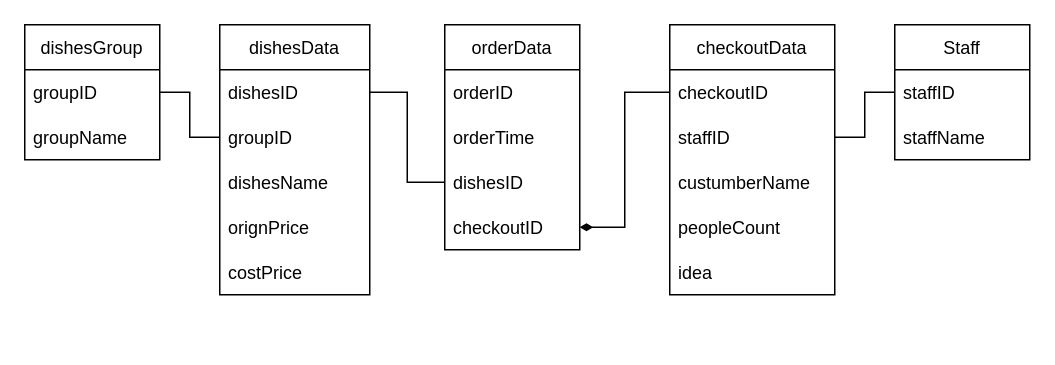
The draw.io diagram Database/dataSetDesign.drawio in CHIU-YIKAI/SanntouCafeReport, before the edit. Source tidied: cells renumbered, new cells numbered last; positions are measured from the earlier drawing's top-left corner, leaving out a move shared by most shapes. Both pictures are drawn from the tidied source at 150%, with x=0, y=0 at pixel (24, 24).
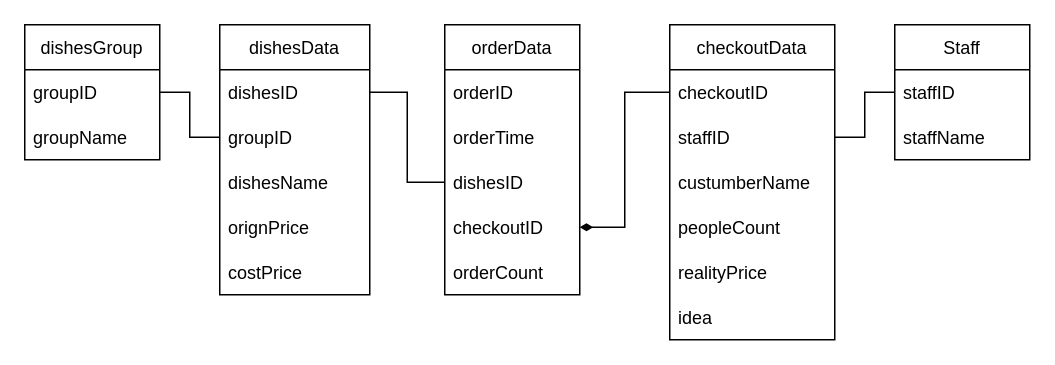
The same diagram, later.

Commit message (it also covers changes not shown here):
update database design

Diff of the diagram source:
```diff
@@
     <mxCell id="14" value="orderData" style="swimlane;fontStyle=0;horizontal=1;startSize=30;" parent="1" vertex="1">
-      <mxGeometry x="280" width="90" height="150" as="geometry" />
+      <mxGeometry x="280" width="90" height="180" as="geometry" />
     </mxCell>
@@
+    <mxCell id="29" value="orderCount" style="text;strokeColor=none;fillColor=none;align=left;verticalAlign=middle;spacingLeft=4;spacingRight=4;overflow=hidden;" parent="14" vertex="1">
+      <mxGeometry y="150" width="90" height="30" as="geometry" />
+    </mxCell>
     <mxCell id="19" value="checkoutData" style="swimlane;fontStyle=0;horizontal=1;startSize=30;" parent="1" vertex="1">
-      <mxGeometry x="430" width="110" height="180" as="geometry" />
+      <mxGeometry x="430" width="110" height="210" as="geometry" />
     </mxCell>
@@
+    <mxCell id="30" value="realityPrice" style="text;strokeColor=none;fillColor=none;align=left;verticalAlign=middle;spacingLeft=4;spacingRight=4;overflow=hidden;" parent="19" vertex="1">
+      <mxGeometry y="150" width="110" height="30" as="geometry" />
+    </mxCell>
     <mxCell id="24" value="idea" style="text;strokeColor=none;fillColor=none;align=left;verticalAlign=middle;spacingLeft=4;spacingRight=4;overflow=hidden;" parent="19" vertex="1">
-      <mxGeometry y="150" width="110" height="30" as="geometry" />
+      <mxGeometry y="180" width="110" height="30" as="geometry" />
     </mxCell>
```
